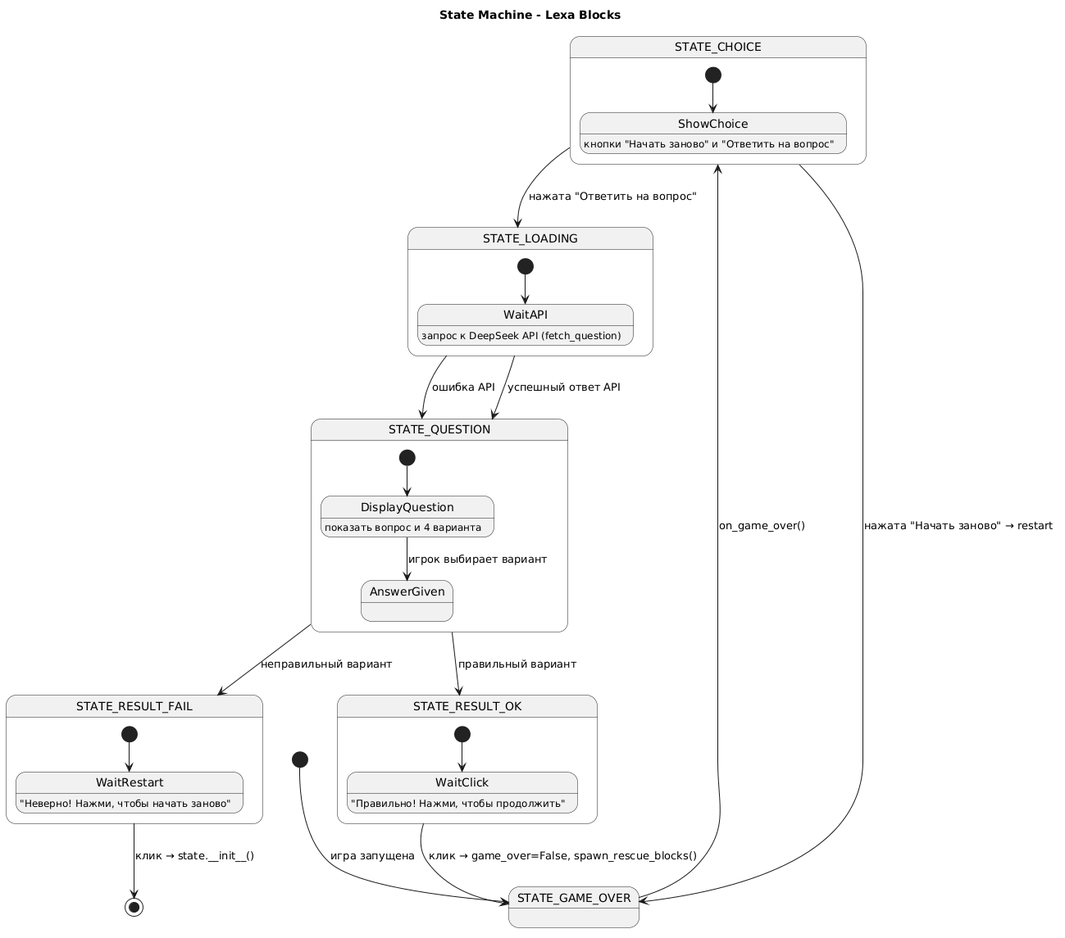
This is generated/state-machine-diagram.png from pashk3r/lexa-blocks, a PlantUML export, as it was before one commit.
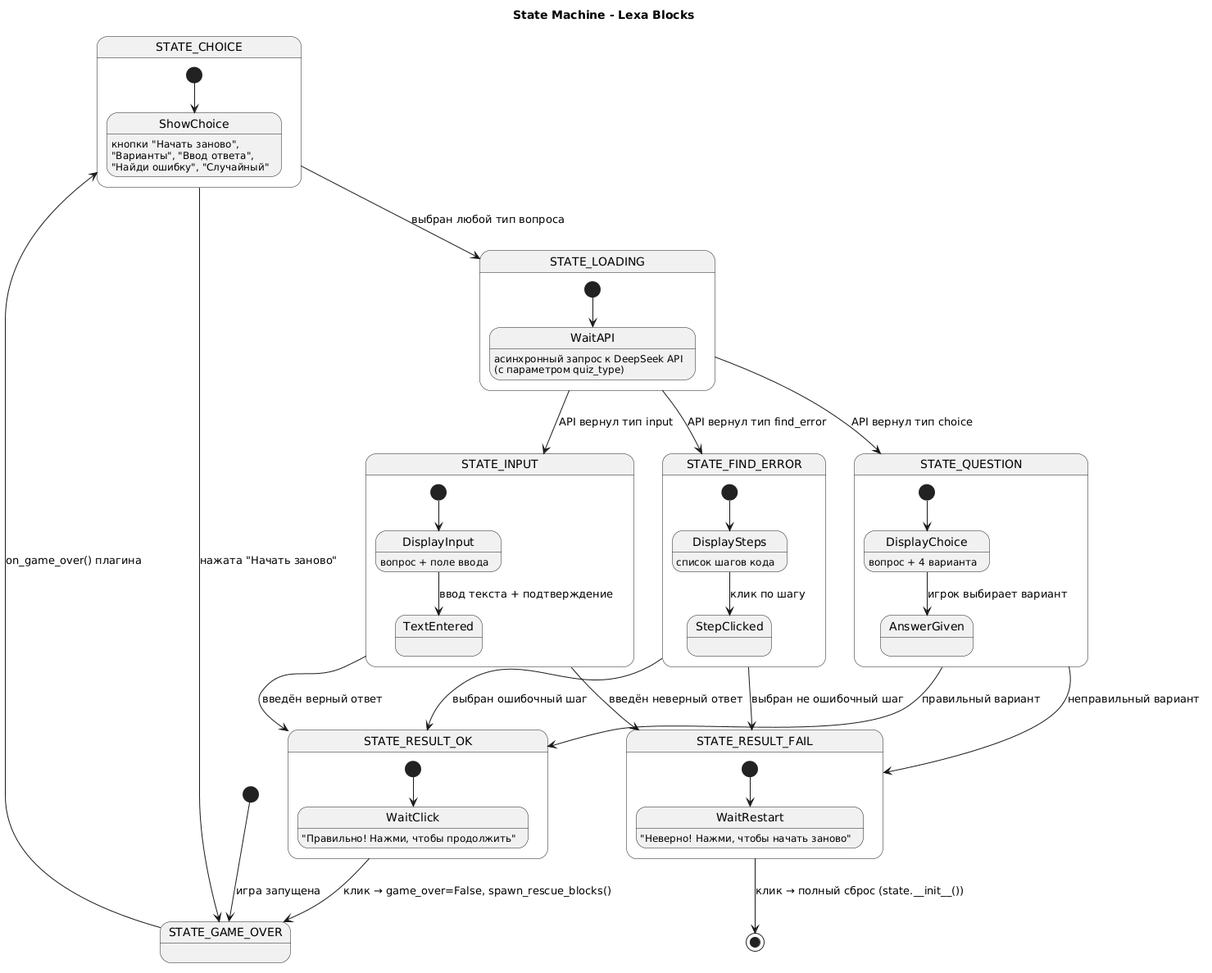
Above is the later version.

Change to the diagram source:
```diff
@@ -3,44 +3,59 @@
 
 [*] --> STATE_GAME_OVER : игра запущена
 
-STATE_GAME_OVER --> STATE_CHOICE : on_game_over()
+STATE_GAME_OVER --> STATE_CHOICE : on_game_over() плагина
 
 state STATE_CHOICE {
     [*] --> ShowChoice
-    ShowChoice : кнопки "Начать заново" и "Ответить на вопрос"
+    ShowChoice : кнопки "Начать заново",\n"Варианты", "Ввод ответа",\n"Найди ошибку", "Случайный"
 }
 
-STATE_CHOICE --> STATE_GAME_OVER : нажата "Начать заново" → restart
-STATE_CHOICE --> STATE_LOADING : нажата "Ответить на вопрос"
+STATE_CHOICE --> STATE_GAME_OVER : нажата "Начать заново"
+STATE_CHOICE --> STATE_LOADING : выбран любой тип вопроса
 
 state STATE_LOADING {
     [*] --> WaitAPI
-    WaitAPI : запрос к DeepSeek API (fetch_question)
+    WaitAPI : асинхронный запрос к DeepSeek API\n(с параметром quiz_type)
 }
 
-STATE_LOADING --> STATE_QUESTION : успешный ответ API
-STATE_LOADING --> STATE_QUESTION : ошибка API
+STATE_LOADING --> STATE_QUESTION : API вернул тип choice
+STATE_LOADING --> STATE_INPUT : API вернул тип input
+STATE_LOADING --> STATE_FIND_ERROR : API вернул тип find_error
 
 state STATE_QUESTION {
-    [*] --> DisplayQuestion
-    DisplayQuestion : показать вопрос и 4 варианта
-    DisplayQuestion --> AnswerGiven : игрок выбирает вариант
+    [*] --> DisplayChoice
+    DisplayChoice : вопрос + 4 варианта
+    DisplayChoice --> AnswerGiven : игрок выбирает вариант
+}
+
+state STATE_INPUT {
+    [*] --> DisplayInput
+    DisplayInput : вопрос + поле ввода
+    DisplayInput --> TextEntered : ввод текста + подтверждение
+}
+
+state STATE_FIND_ERROR {
+    [*] --> DisplaySteps
+    DisplaySteps : список шагов кода
+    DisplaySteps --> StepClicked : клик по шагу
 }
 
 STATE_QUESTION --> STATE_RESULT_OK : правильный вариант
 STATE_QUESTION --> STATE_RESULT_FAIL : неправильный вариант
+STATE_INPUT --> STATE_RESULT_OK : введён верный ответ
+STATE_INPUT --> STATE_RESULT_FAIL : введён неверный ответ
+STATE_FIND_ERROR --> STATE_RESULT_OK : выбран ошибочный шаг
+STATE_FIND_ERROR --> STATE_RESULT_FAIL : выбран не ошибочный шаг
 
 state STATE_RESULT_OK {
     [*] --> WaitClick
     WaitClick : "Правильно! Нажми, чтобы продолжить"
 }
-
 STATE_RESULT_OK --> STATE_GAME_OVER : клик → game_over=False, spawn_rescue_blocks()
 
 state STATE_RESULT_FAIL {
     [*] --> WaitRestart
     WaitRestart : "Неверно! Нажми, чтобы начать заново"
 }
-
-STATE_RESULT_FAIL --> [*] : клик → state.__init__()
+STATE_RESULT_FAIL --> [*] : клик → полный сброс (state.__init__())
 @enduml
```
